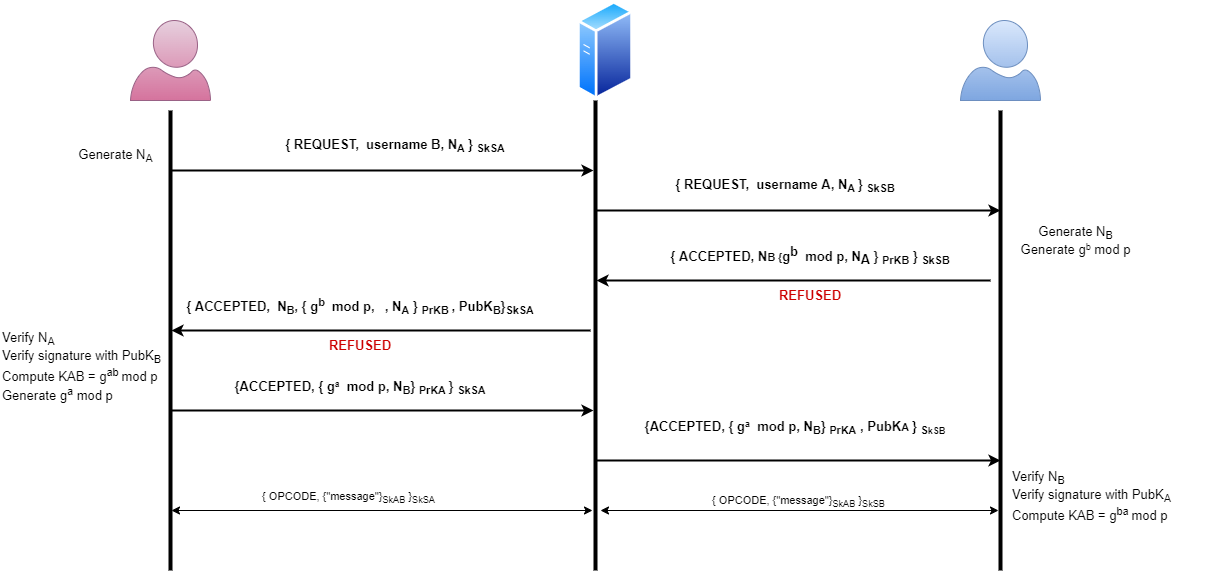
leonardopoggiani/CybersecurityProject keeps this draw.io diagram as project/docs/images/protocollo autenticazione client-client.drawio.png. Above is the earlier version. Source tidied: cells renumbered, new cells last; positions are measured from the earlier drawing's top-left corner, leaving out a move shared by most shapes.
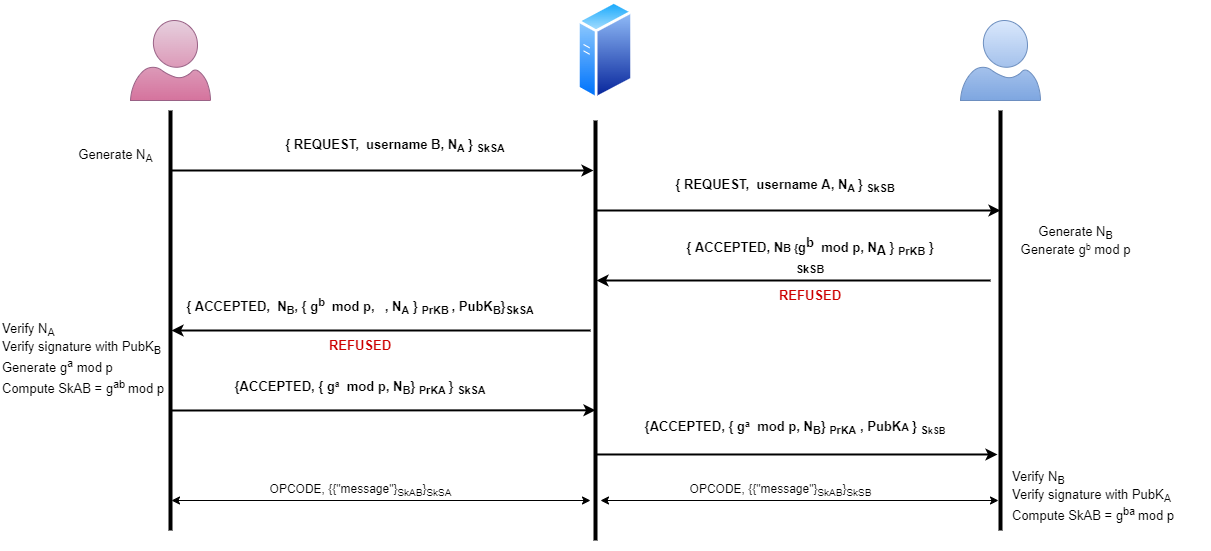
Later version of the same file.

The edit, as a diff of the source:
```diff
@@ -9,16 +9,16 @@
       <mxGeometry x="130" y="20" width="80" height="80" as="geometry" />
     </mxCell>
     <mxCell id="4" style="line;strokeWidth=4;direction=south;html=1;perimeter=backbonePerimeter;points=[];outlineConnect=0;" parent="1" vertex="1">
-      <mxGeometry x="165" y="110" width="10" height="460" as="geometry" />
+      <mxGeometry x="165" y="110" width="10" height="420" as="geometry" />
     </mxCell>
     <mxCell id="5" style="line;strokeWidth=4;direction=south;html=1;perimeter=backbonePerimeter;points=[];outlineConnect=0;" parent="1" vertex="1">
-      <mxGeometry x="590" y="100" width="10" height="470" as="geometry" />
+      <mxGeometry x="590" y="120" width="10" height="420" as="geometry" />
     </mxCell>
     <mxCell id="6" style="verticalLabelPosition=bottom;html=1;verticalAlign=top;align=center;strokeColor=#6c8ebf;fillColor=#dae8fc;shape=mxgraph.azure.user;gradientColor=#7ea6e0;" parent="1" vertex="1">
       <mxGeometry x="960" y="20" width="80" height="80" as="geometry" />
     </mxCell>
     <mxCell id="7" style="line;strokeWidth=4;direction=south;html=1;perimeter=backbonePerimeter;points=[];outlineConnect=0;" parent="1" vertex="1">
-      <mxGeometry x="995" y="110" width="10" height="460" as="geometry" />
+      <mxGeometry x="995" y="110" width="10" height="420" as="geometry" />
     </mxCell>
     <mxCell id="8" style="endArrow=classic;html=1;rounded=0;strokeWidth=2;" parent="1" edge="1" source="4" target="5">
       <mxGeometry relative="1" as="geometry">
@@ -44,7 +44,7 @@
       </mxGeometry>
     </mxCell>
     <mxCell id="13" value="{ ACCEPTED, N&lt;span style=&quot;font-size: 10.8333px&quot;&gt;B {&lt;/span&gt;g&lt;span style=&quot;font-size: 13px&quot;&gt;&lt;sup style=&quot;font-size: 13px&quot;&gt;b&amp;nbsp;&lt;/sup&gt;&amp;nbsp;mod p, N&lt;/span&gt;&lt;span style=&quot;font-size: 13px&quot;&gt;&lt;sub style=&quot;font-size: 13px&quot;&gt;A&amp;nbsp;&lt;/sub&gt;&lt;span style=&quot;font-size: 13px&quot;&gt;}&amp;nbsp;&lt;sub&gt;PrKB&lt;/sub&gt;&lt;/span&gt;&lt;sub style=&quot;font-size: 13px&quot;&gt;&amp;nbsp;&lt;/sub&gt;&lt;/span&gt;} &lt;sub&gt;Sk&lt;span style=&quot;font-size: 10.8333px&quot;&gt;SB&lt;/span&gt;&lt;/sub&gt;" style="text;html=1;strokeColor=none;fillColor=none;align=center;verticalAlign=middle;whiteSpace=wrap;rounded=0;fontStyle=1;fontSize=13;" parent="1" vertex="1">
-      <mxGeometry x="660" y="240" width="300" height="30" as="geometry" />
+      <mxGeometry x="670" y="240" width="280" height="30" as="geometry" />
     </mxCell>
     <mxCell id="14" style="endArrow=classic;html=1;rounded=0;fontSize=13;strokeWidth=2;" parent="1" edge="1" target="4">
       <mxGeometry relative="1" as="geometry">
@@ -66,7 +66,7 @@
     <mxCell id="18" value="&lt;font color=&quot;#cc0000&quot;&gt;REFUSED&lt;/font&gt;" style="text;html=1;strokeColor=none;fillColor=none;align=center;verticalAlign=middle;whiteSpace=wrap;rounded=0;fontStyle=1;fontSize=13;" parent="1" vertex="1">
       <mxGeometry x="220" y="330" width="280" height="30" as="geometry" />
     </mxCell>
-    <mxCell id="19" style="endArrow=classic;html=1;rounded=0;fontSize=13;fontColor=#CC0000;strokeWidth=2;" parent="1" edge="1" target="5">
+    <mxCell id="19" style="endArrow=classic;html=1;rounded=0;fontSize=13;fontColor=#CC0000;strokeWidth=2;entryX=0.69;entryY=0.5;entryDx=0;entryDy=0;entryPerimeter=0;" parent="1" edge="1" target="5">
       <mxGeometry relative="1" as="geometry">
         <mxPoint x="170" y="410" as="sourcePoint" />
       </mxGeometry>
@@ -74,45 +74,39 @@
     <mxCell id="20" value="{ACCEPTED, { g&lt;span style=&quot;font-size: 10.8333px&quot;&gt;&lt;sup&gt;a&lt;/sup&gt;&lt;/span&gt;&lt;span style=&quot;font-size: 13px&quot;&gt;&lt;sup style=&quot;font-size: 13px&quot;&gt;&amp;nbsp;&lt;/sup&gt;&amp;nbsp;mod p, N&lt;sub&gt;B&lt;/sub&gt;}&amp;nbsp;&lt;sub&gt;PrKA&lt;/sub&gt; , PubK&lt;/span&gt;&lt;span style=&quot;font-size: 10.8333px&quot;&gt;A&lt;/span&gt;&lt;sub style=&quot;font-size: 10.8333px&quot;&gt;&amp;nbsp;&lt;/sub&gt;&lt;font style=&quot;font-size: 13px&quot;&gt;} &lt;sub&gt;S&lt;/sub&gt;&lt;/font&gt;&lt;font style=&quot;font-size: 10.8333px&quot;&gt;&lt;sub&gt;kSB&lt;/sub&gt;&lt;/font&gt;" style="text;html=1;strokeColor=none;fillColor=none;align=center;verticalAlign=middle;whiteSpace=wrap;rounded=0;fontStyle=1;fontSize=13;" parent="1" vertex="1">
       <mxGeometry x="640" y="410" width="310" height="30" as="geometry" />
     </mxCell>
-    <mxCell id="21" style="endArrow=classic;html=1;rounded=0;fontSize=13;fontColor=#CC0000;strokeWidth=2;" parent="1" edge="1" source="5">
-      <mxGeometry relative="1" as="geometry">
-        <mxPoint x="1000" y="460" as="targetPoint" />
-      </mxGeometry>
+    <mxCell id="21" style="endArrow=classic;html=1;rounded=0;fontSize=13;fontColor=#CC0000;strokeWidth=2;entryX=0.819;entryY=0.8;entryDx=0;entryDy=0;entryPerimeter=0;" parent="1" edge="1" source="5" target="7">
+      <mxGeometry relative="1" as="geometry" />
     </mxCell>
     <mxCell id="22" value="{ACCEPTED, { g&lt;font size=&quot;1&quot;&gt;&lt;sup&gt;a&lt;/sup&gt;&lt;/font&gt;&lt;span style=&quot;font-size: 13px&quot;&gt;&lt;sup style=&quot;font-size: 13px&quot;&gt;&amp;nbsp;&lt;/sup&gt;&amp;nbsp;mod p, N&lt;sub&gt;B&lt;/sub&gt;}&amp;nbsp;&lt;sub&gt;PrKA&amp;nbsp;&lt;/sub&gt;&lt;/span&gt;&lt;font style=&quot;font-size: 13px&quot;&gt;} &lt;font style=&quot;font-size: 13px&quot;&gt;&lt;sub&gt;Sk&lt;/sub&gt;&lt;/font&gt;&lt;/font&gt;&lt;font style=&quot;font-size: 13px&quot;&gt;&lt;sub&gt;SA&lt;/sub&gt;&lt;/font&gt;" style="text;html=1;strokeColor=none;fillColor=none;align=center;verticalAlign=middle;whiteSpace=wrap;rounded=0;fontStyle=1;fontSize=13;" parent="1" vertex="1">
       <mxGeometry x="205" y="370" width="310" height="30" as="geometry" />
     </mxCell>
-    <mxCell id="23" value="Verify N&lt;sub&gt;A&lt;br&gt;&lt;/sub&gt;Verify signature with PubK&lt;sub&gt;B&lt;br&gt;&lt;/sub&gt;&lt;span style=&quot;text-align: center&quot;&gt;Compute KAB = g&lt;/span&gt;&lt;sup style=&quot;text-align: center&quot;&gt;ab&amp;nbsp;&lt;/sup&gt;&lt;span style=&quot;text-align: center&quot;&gt;mod p&lt;br&gt;&lt;/span&gt;Generate g&lt;sup&gt;a&lt;/sup&gt;&amp;nbsp;mod p&lt;br&gt;&lt;sub&gt;&lt;br&gt;&lt;/sub&gt;" style="text;html=1;strokeColor=none;fillColor=none;align=left;verticalAlign=middle;whiteSpace=wrap;rounded=0;fontSize=13;" parent="1" vertex="1">
+    <mxCell id="23" value="Verify N&lt;sub&gt;A&lt;br&gt;&lt;/sub&gt;Verify signature with PubK&lt;sub&gt;B&lt;br&gt;&lt;/sub&gt;Generate g&lt;sup&gt;a&lt;/sup&gt;&amp;nbsp;mod p&lt;sub&gt;&lt;br&gt;&lt;/sub&gt;&lt;span style=&quot;text-align: center&quot;&gt;Compute SkAB = g&lt;/span&gt;&lt;sup style=&quot;text-align: center&quot;&gt;ab&amp;nbsp;&lt;/sup&gt;&lt;span style=&quot;text-align: center&quot;&gt;mod p&lt;br&gt;&lt;/span&gt;&lt;br&gt;&lt;sub&gt;&lt;br&gt;&lt;/sub&gt;" style="text;html=1;strokeColor=none;fillColor=none;align=left;verticalAlign=middle;whiteSpace=wrap;rounded=0;fontSize=13;" parent="1" vertex="1">
       <mxGeometry y="330" width="200" height="90" as="geometry" />
     </mxCell>
     <mxCell id="24" value="Generate N&lt;sub&gt;A&lt;/sub&gt;" style="text;html=1;align=center;verticalAlign=middle;strokeColor=none;fillColor=none;fontSize=13;" parent="1" vertex="1">
       <mxGeometry x="70" y="140" width="90" height="30" as="geometry" />
     </mxCell>
-    <mxCell id="25" value="Verify N&lt;sub&gt;B&lt;br&gt;&lt;/sub&gt;Verify signature with PubK&lt;sub&gt;A&lt;br&gt;&lt;/sub&gt;&lt;span style=&quot;text-align: center&quot;&gt;Compute KAB = g&lt;/span&gt;&lt;sup style=&quot;text-align: center&quot;&gt;ba&amp;nbsp;&lt;/sup&gt;&lt;span style=&quot;text-align: center&quot;&gt;mod p&lt;/span&gt;&lt;br&gt;&lt;sub&gt;&lt;br&gt;&lt;/sub&gt;" style="text;html=1;strokeColor=none;fillColor=none;align=left;verticalAlign=middle;whiteSpace=wrap;rounded=0;fontSize=13;" parent="1" vertex="1">
+    <mxCell id="25" value="Verify N&lt;sub&gt;B&lt;br&gt;&lt;/sub&gt;Verify signature with PubK&lt;sub&gt;A&lt;br&gt;&lt;/sub&gt;&lt;span style=&quot;text-align: center&quot;&gt;Compute SkAB = g&lt;/span&gt;&lt;sup style=&quot;text-align: center&quot;&gt;ba&amp;nbsp;&lt;/sup&gt;&lt;span style=&quot;text-align: center&quot;&gt;mod p&lt;/span&gt;&lt;br&gt;&lt;sub&gt;&lt;br&gt;&lt;/sub&gt;" style="text;html=1;strokeColor=none;fillColor=none;align=left;verticalAlign=middle;whiteSpace=wrap;rounded=0;fontSize=13;" parent="1" vertex="1">
       <mxGeometry x="1010" y="460" width="200" height="90" as="geometry" />
     </mxCell>
     <mxCell id="26" value="&lt;span style=&quot;text-align: left&quot;&gt;Generate N&lt;sub&gt;B&lt;/sub&gt;&lt;br&gt;Generate g&lt;span style=&quot;font-size: 10.8333px&quot;&gt;&lt;sup&gt;b&lt;/sup&gt;&lt;/span&gt;&lt;/span&gt;&lt;span style=&quot;text-align: left&quot;&gt;&amp;nbsp;mod p&lt;/span&gt;" style="text;html=1;align=center;verticalAlign=middle;strokeColor=none;fillColor=none;fontSize=13;" parent="1" vertex="1">
       <mxGeometry x="1010" y="220" width="130" height="40" as="geometry" />
     </mxCell>
-    <mxCell id="27" style="endArrow=classic;startArrow=classic;html=1;rounded=0;" parent="1" edge="1" source="4">
-      <mxGeometry relative="1" as="geometry">
-        <mxPoint x="592" y="510" as="targetPoint" />
-      </mxGeometry>
-    </mxCell>
-    <mxCell id="28" value="{ OPCODE, {&quot;message&quot;}&lt;sub&gt;SkAB&lt;/sub&gt; }&lt;sub&gt;SkSA&lt;/sub&gt;" style="edgeLabel;html=1;align=center;verticalAlign=middle;" parent="27" vertex="1">
-      <mxGeometry x="-0.17" y="3" relative="1" as="geometry">
-        <mxPoint y="-11" as="offset" />
-      </mxGeometry>
-    </mxCell>
-    <mxCell id="29" value="{ OPCODE, {&quot;message&quot;}&lt;sub&gt;SkAB&lt;/sub&gt; }&lt;sub&gt;SkSB&lt;/sub&gt;" style="edgeLabel;html=1;align=center;verticalAlign=middle;" parent="1" vertex="1">
-      <mxGeometry x="795" y="500" as="geometry">
-        <mxPoint x="2" as="offset" />
-      </mxGeometry>
-    </mxCell>
-    <mxCell id="30" style="endArrow=classic;startArrow=classic;html=1;rounded=0;" parent="1" edge="1" target="7">
-      <mxGeometry relative="1" as="geometry">
-        <mxPoint x="600" y="510" as="sourcePoint" />
-      </mxGeometry>
-    </mxCell>
+    <mxCell id="31" style="endArrow=classic;startArrow=classic;html=1;rounded=0;" parent="1" edge="1" source="4">
+      <mxGeometry relative="1" as="geometry">
+        <mxPoint x="590" y="500" as="targetPoint" />
+      </mxGeometry>
+    </mxCell>
+    <mxCell id="32" style="endArrow=classic;startArrow=classic;html=1;rounded=0;" parent="1" edge="1" target="7">
+      <mxGeometry relative="1" as="geometry">
+        <mxPoint x="600" y="500" as="sourcePoint" />
+      </mxGeometry>
+    </mxCell>
+    <mxCell id="33" value="OPCODE, {{&quot;message&quot;}&lt;sub&gt;SkAB&lt;/sub&gt;}&lt;sub&gt;SkSA&lt;/sub&gt;" style="text;html=1;align=center;verticalAlign=middle;strokeColor=none;fillColor=none;fontStyle=0;" parent="1" vertex="1">
+      <mxGeometry x="260" y="480" width="200" height="20" as="geometry" />
+    </mxCell>
+    <mxCell id="34" value="OPCODE, {{&quot;message&quot;}&lt;sub&gt;SkAB&lt;/sub&gt;}&lt;sub&gt;SkSB&lt;/sub&gt;" style="text;html=1;align=center;verticalAlign=middle;strokeColor=none;fillColor=none;fontStyle=0;" parent="1" vertex="1">
+      <mxGeometry x="680" y="480" width="200" height="20" as="geometry" />
+    </mxCell>
   </root>
 </mxGraphModel>
```
